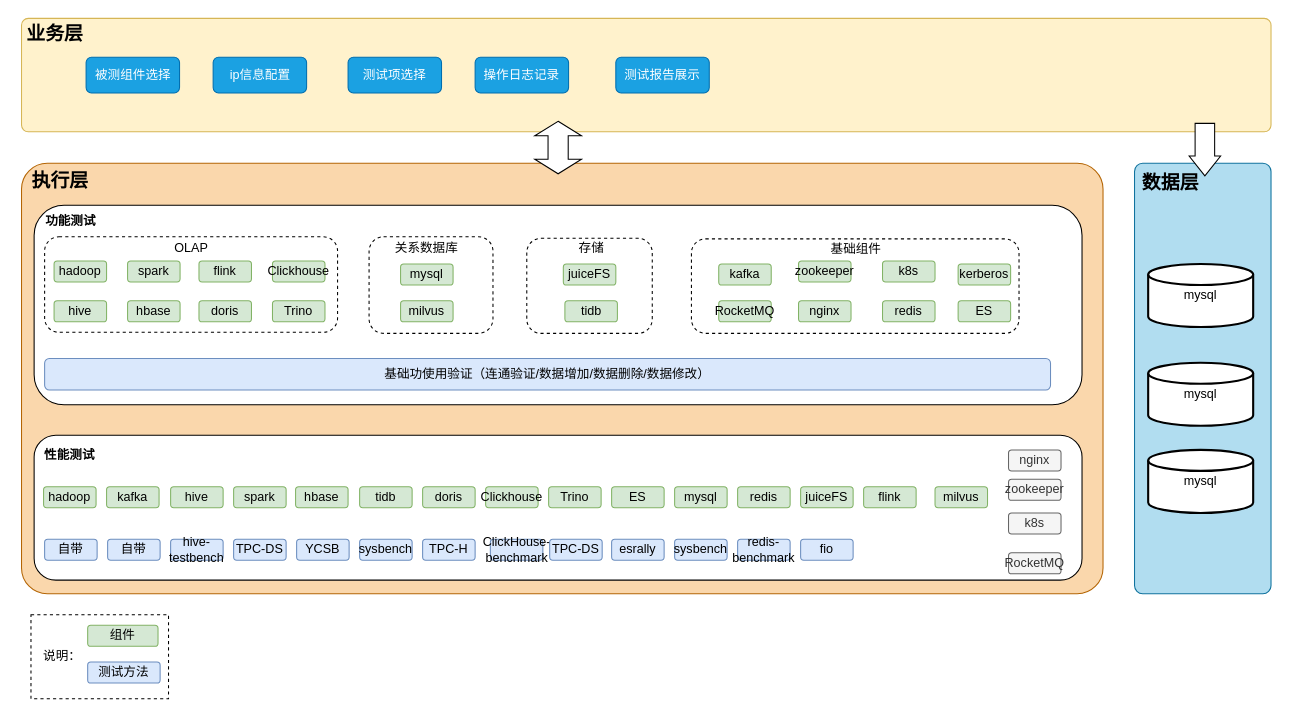
The draw.io diagram stresstest.drawio in Janxun/picture, before the edit. Source tidied: cells renumbered, new cells numbered last; positions are measured from the earlier drawing's top-left corner, leaving out a move shared by most shapes. Both pictures are drawn from the tidied source at 105%, with x=0, y=0 at pixel (17, 18).
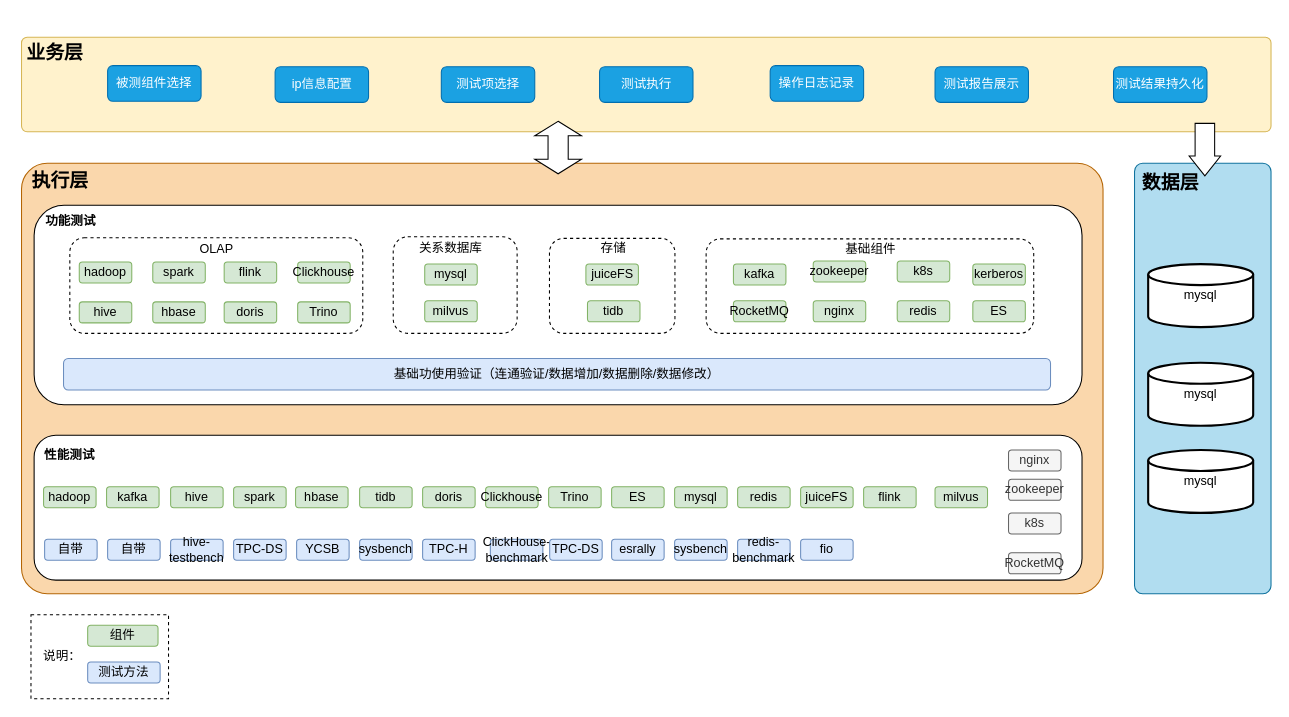
Above is the later version.

Change to the diagram source:
```diff
@@
     <mxCell id="4" style="rounded=1;whiteSpace=wrap;html=1;align=left;arcSize=6;fillColor=#fff2cc;strokeColor=#d6b656;" parent="1" vertex="1">
-      <mxGeometry x="4" width="1190" height="108" as="geometry" />
+      <mxGeometry x="4" y="18" width="1190" height="90" as="geometry" />
     </mxCell>
     <mxCell id="5" value="&lt;font style=&quot;font-size: 18px;&quot;&gt;&lt;b&gt;业务层&lt;/b&gt;&lt;/font&gt;" style="text;html=1;strokeColor=none;fillColor=none;align=center;verticalAlign=middle;whiteSpace=wrap;rounded=0;" parent="1" vertex="1">
-      <mxGeometry x="0.5" width="70" height="30" as="geometry" />
+      <mxGeometry x="0.5" y="18" width="70" height="30" as="geometry" />
     </mxCell>
@@
     <mxCell id="12" value="基础功使用验证（连通验证/数据增加/数据删除/数据修改）" style="rounded=1;whiteSpace=wrap;html=1;fillColor=#dae8fc;strokeColor=#6c8ebf;" parent="1" vertex="1">
-      <mxGeometry x="26" y="324" width="958" height="30" as="geometry" />
+      <mxGeometry x="44" y="324" width="940" height="30" as="geometry" />
     </mxCell>
@@
     <mxCell id="47" style="rounded=1;whiteSpace=wrap;html=1;dashed=1;" parent="1" vertex="1">
-      <mxGeometry x="26" y="208" width="279" height="91" as="geometry" />
+      <mxGeometry x="50" y="209" width="279" height="91" as="geometry" />
     </mxCell>
     <mxCell id="48" value="hive" style="rounded=1;whiteSpace=wrap;html=1;fillColor=#d5e8d4;strokeColor=#82b366;" parent="1" vertex="1">
-      <mxGeometry x="35" y="269" width="50" height="20" as="geometry" />
+      <mxGeometry x="59" y="270" width="50" height="20" as="geometry" />
     </mxCell>
     <mxCell id="49" value="hbase" style="rounded=1;whiteSpace=wrap;html=1;fillColor=#d5e8d4;strokeColor=#82b366;" parent="1" vertex="1">
-      <mxGeometry x="105" y="269" width="50" height="20" as="geometry" />
+      <mxGeometry x="129" y="270" width="50" height="20" as="geometry" />
     </mxCell>
     <mxCell id="50" value="hadoop" style="rounded=1;whiteSpace=wrap;html=1;fillColor=#d5e8d4;strokeColor=#82b366;" parent="1" vertex="1">
-      <mxGeometry x="35" y="231" width="50" height="20" as="geometry" />
+      <mxGeometry x="59" y="232" width="50" height="20" as="geometry" />
     </mxCell>
     <mxCell id="51" value="flink" style="rounded=1;whiteSpace=wrap;html=1;fillColor=#d5e8d4;strokeColor=#82b366;" parent="1" vertex="1">
-      <mxGeometry x="173" y="231" width="50" height="20" as="geometry" />
+      <mxGeometry x="197" y="232" width="50" height="20" as="geometry" />
     </mxCell>
     <mxCell id="52" value="spark" style="rounded=1;whiteSpace=wrap;html=1;fillColor=#d5e8d4;strokeColor=#82b366;" parent="1" vertex="1">
-      <mxGeometry x="105" y="231" width="50" height="20" as="geometry" />
+      <mxGeometry x="129" y="232" width="50" height="20" as="geometry" />
     </mxCell>
     <mxCell id="53" value="doris" style="rounded=1;whiteSpace=wrap;html=1;fillColor=#d5e8d4;strokeColor=#82b366;" parent="1" vertex="1">
-      <mxGeometry x="173" y="269" width="50" height="20" as="geometry" />
+      <mxGeometry x="197" y="270" width="50" height="20" as="geometry" />
     </mxCell>
     <mxCell id="54" value="Clickhouse" style="rounded=1;whiteSpace=wrap;html=1;fillColor=#d5e8d4;strokeColor=#82b366;" parent="1" vertex="1">
-      <mxGeometry x="243" y="231" width="50" height="20" as="geometry" />
+      <mxGeometry x="267" y="232" width="50" height="20" as="geometry" />
     </mxCell>
     <mxCell id="55" value="Trino" style="rounded=1;whiteSpace=wrap;html=1;fillColor=#d5e8d4;strokeColor=#82b366;" parent="1" vertex="1">
-      <mxGeometry x="243" y="269" width="50" height="20" as="geometry" />
+      <mxGeometry x="267" y="270" width="50" height="20" as="geometry" />
     </mxCell>
     <mxCell id="56" style="rounded=1;whiteSpace=wrap;html=1;dashed=1;" parent="1" vertex="1">
-      <mxGeometry x="335" y="208" width="118" height="92" as="geometry" />
+      <mxGeometry x="358" y="208" width="118" height="92" as="geometry" />
     </mxCell>
     <mxCell id="57" value="milvus" style="rounded=1;whiteSpace=wrap;html=1;fillColor=#d5e8d4;strokeColor=#82b366;" parent="1" vertex="1">
-      <mxGeometry x="365" y="269" width="50" height="20" as="geometry" />
+      <mxGeometry x="388" y="269" width="50" height="20" as="geometry" />
     </mxCell>
     <mxCell id="58" value="mysql" style="rounded=1;whiteSpace=wrap;html=1;fillColor=#d5e8d4;strokeColor=#82b366;" parent="1" vertex="1">
-      <mxGeometry x="365" y="234" width="50" height="20" as="geometry" />
+      <mxGeometry x="388" y="234" width="50" height="20" as="geometry" />
     </mxCell>
     <mxCell id="59" style="rounded=1;whiteSpace=wrap;html=1;dashed=1;" parent="1" vertex="1">
-      <mxGeometry x="642" y="210" width="312" height="90" as="geometry" />
+      <mxGeometry x="656" y="210" width="312" height="90" as="geometry" />
     </mxCell>
     <mxCell id="60" value="zookeeper" style="rounded=1;whiteSpace=wrap;html=1;fillColor=#d5e8d4;strokeColor=#82b366;" parent="1" vertex="1">
-      <mxGeometry x="744" y="231" width="50" height="20" as="geometry" />
+      <mxGeometry x="758" y="231" width="50" height="20" as="geometry" />
     </mxCell>
     <mxCell id="61" value="nginx" style="rounded=1;whiteSpace=wrap;html=1;fillColor=#d5e8d4;strokeColor=#82b366;" parent="1" vertex="1">
-      <mxGeometry x="744" y="269" width="50" height="20" as="geometry" />
+      <mxGeometry x="758" y="269" width="50" height="20" as="geometry" />
     </mxCell>
     <mxCell id="62" value="k8s" style="rounded=1;whiteSpace=wrap;html=1;fillColor=#d5e8d4;strokeColor=#82b366;" parent="1" vertex="1">
-      <mxGeometry x="824" y="231" width="50" height="20" as="geometry" />
+      <mxGeometry x="838" y="231" width="50" height="20" as="geometry" />
     </mxCell>
     <mxCell id="63" value="kerberos" style="rounded=1;whiteSpace=wrap;html=1;fillColor=#d5e8d4;strokeColor=#82b366;" parent="1" vertex="1">
-      <mxGeometry x="896" y="234" width="50" height="20" as="geometry" />
+      <mxGeometry x="910" y="234" width="50" height="20" as="geometry" />
     </mxCell>
     <mxCell id="64" value="RocketMQ" style="rounded=1;whiteSpace=wrap;html=1;fillColor=#d5e8d4;strokeColor=#82b366;" parent="1" vertex="1">
-      <mxGeometry x="668" y="269" width="50" height="20" as="geometry" />
+      <mxGeometry x="682" y="269" width="50" height="20" as="geometry" />
     </mxCell>
     <mxCell id="65" value="ES" style="rounded=1;whiteSpace=wrap;html=1;fillColor=#d5e8d4;strokeColor=#82b366;" parent="1" vertex="1">
-      <mxGeometry x="896" y="269" width="50" height="20" as="geometry" />
+      <mxGeometry x="910" y="269" width="50" height="20" as="geometry" />
     </mxCell>
     <mxCell id="66" value="redis" style="rounded=1;whiteSpace=wrap;html=1;fillColor=#d5e8d4;strokeColor=#82b366;" parent="1" vertex="1">
-      <mxGeometry x="824" y="269" width="50" height="20" as="geometry" />
+      <mxGeometry x="838" y="269" width="50" height="20" as="geometry" />
     </mxCell>
     <mxCell id="67" value="kafka" style="rounded=1;whiteSpace=wrap;html=1;fillColor=#d5e8d4;strokeColor=#82b366;" parent="1" vertex="1">
-      <mxGeometry x="668" y="234" width="50" height="20" as="geometry" />
+      <mxGeometry x="682" y="234" width="50" height="20" as="geometry" />
     </mxCell>
     <mxCell id="68" value="OLAP" style="text;html=1;strokeColor=none;fillColor=none;align=center;verticalAlign=middle;whiteSpace=wrap;rounded=0;" parent="1" vertex="1">
-      <mxGeometry x="130.5" y="204" width="70" height="30" as="geometry" />
+      <mxGeometry x="154.5" y="205" width="70" height="30" as="geometry" />
     </mxCell>
     <mxCell id="69" value="关系数据库" style="text;html=1;strokeColor=none;fillColor=none;align=center;verticalAlign=middle;whiteSpace=wrap;rounded=0;" parent="1" vertex="1">
-      <mxGeometry x="355" y="204" width="70" height="30" as="geometry" />
+      <mxGeometry x="378" y="204" width="70" height="30" as="geometry" />
     </mxCell>
     <mxCell id="70" style="rounded=1;whiteSpace=wrap;html=1;dashed=1;" parent="1" vertex="1">
-      <mxGeometry x="485.2" y="209.5" width="119.5" height="90.5" as="geometry" />
+      <mxGeometry x="506.8" y="209.5" width="119.5" height="90.5" as="geometry" />
     </mxCell>
     <mxCell id="71" value="tidb" style="rounded=1;whiteSpace=wrap;html=1;fillColor=#d5e8d4;strokeColor=#82b366;" parent="1" vertex="1">
-      <mxGeometry x="521.5" y="269" width="50" height="20" as="geometry" />
+      <mxGeometry x="543" y="269" width="50" height="20" as="geometry" />
     </mxCell>
     <mxCell id="72" value="juiceFS" style="rounded=1;whiteSpace=wrap;html=1;fillColor=#d5e8d4;strokeColor=#82b366;" parent="1" vertex="1">
-      <mxGeometry x="520" y="234" width="50" height="20" as="geometry" />
+      <mxGeometry x="541.5" y="234" width="50" height="20" as="geometry" />
     </mxCell>
     <mxCell id="73" value="存储" style="text;html=1;strokeColor=none;fillColor=none;align=center;verticalAlign=middle;whiteSpace=wrap;rounded=0;" parent="1" vertex="1">
-      <mxGeometry x="511.5" y="204" width="70" height="30" as="geometry" />
+      <mxGeometry x="533" y="204" width="70" height="30" as="geometry" />
     </mxCell>
     <mxCell id="74" value="基础组件" style="text;html=1;strokeColor=none;fillColor=none;align=center;verticalAlign=middle;whiteSpace=wrap;rounded=0;" parent="1" vertex="1">
-      <mxGeometry x="764" y="205" width="70" height="30" as="geometry" />
+      <mxGeometry x="778" y="205" width="70" height="30" as="geometry" />
     </mxCell>
@@
     <mxCell id="79" value="ip信息配置" style="rounded=1;whiteSpace=wrap;html=1;fillColor=#1ba1e2;strokeColor=#006EAF;fontColor=#ffffff;" parent="1" vertex="1">
-      <mxGeometry x="186.5" y="37" width="89" height="34" as="geometry" />
+      <mxGeometry x="245.5" y="46" width="89" height="34" as="geometry" />
     </mxCell>
     <mxCell id="80" value="操作日志记录" style="rounded=1;whiteSpace=wrap;html=1;fillColor=#1ba1e2;strokeColor=#006EAF;fontColor=#ffffff;" parent="1" vertex="1">
-      <mxGeometry x="436" y="37" width="89" height="34" as="geometry" />
+      <mxGeometry x="717" y="45" width="89" height="34" as="geometry" />
     </mxCell>
     <mxCell id="81" value="被测组件选择" style="rounded=1;whiteSpace=wrap;html=1;fillColor=#1ba1e2;strokeColor=#006EAF;fontColor=#ffffff;" parent="1" vertex="1">
-      <mxGeometry x="65.5" y="37" width="89" height="34" as="geometry" />
+      <mxGeometry x="86" y="45" width="89" height="34" as="geometry" />
     </mxCell>
     <mxCell id="82" value="测试报告展示" style="rounded=1;whiteSpace=wrap;html=1;fillColor=#1ba1e2;strokeColor=#006EAF;fontColor=#ffffff;" parent="1" vertex="1">
-      <mxGeometry x="570" y="37" width="89" height="34" as="geometry" />
+      <mxGeometry x="874" y="46" width="89" height="34" as="geometry" />
     </mxCell>
     <mxCell id="83" value="测试项选择" style="rounded=1;whiteSpace=wrap;html=1;fillColor=#1ba1e2;strokeColor=#006EAF;fontColor=#ffffff;" parent="1" vertex="1">
-      <mxGeometry x="315" y="37" width="89" height="34" as="geometry" />
+      <mxGeometry x="403.8" y="46" width="89" height="34" as="geometry" />
     </mxCell>
@@
+    <mxCell id="87" value="测试执行" style="rounded=1;whiteSpace=wrap;html=1;fillColor=#1ba1e2;strokeColor=#006EAF;fontColor=#ffffff;" parent="1" vertex="1">
+      <mxGeometry x="554.5" y="46" width="89" height="34" as="geometry" />
+    </mxCell>
+    <mxCell id="88" value="测试结果持久化" style="rounded=1;whiteSpace=wrap;html=1;fillColor=#1ba1e2;strokeColor=#006EAF;fontColor=#ffffff;" parent="1" vertex="1">
+      <mxGeometry x="1044" y="46" width="89" height="34" as="geometry" />
+    </mxCell>
```
